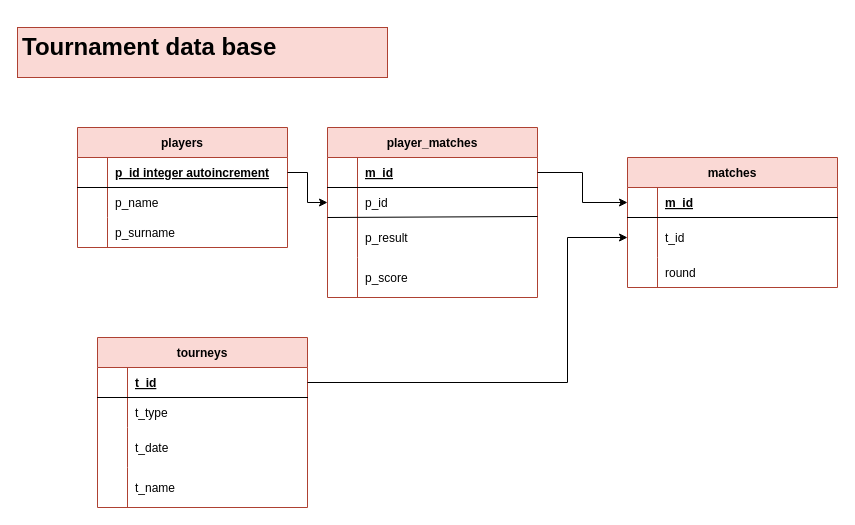
Before: tournament_app.drawio in Why-not-dx/tournament-app, a draw.io diagram. Source tidied: cells renumbered, new cells numbered last; positions are measured from the earlier drawing's top-left corner, leaving out a move shared by most shapes. Both pictures are drawn from the tidied source at 100%, with x=0, y=0 at pixel (17, 27).
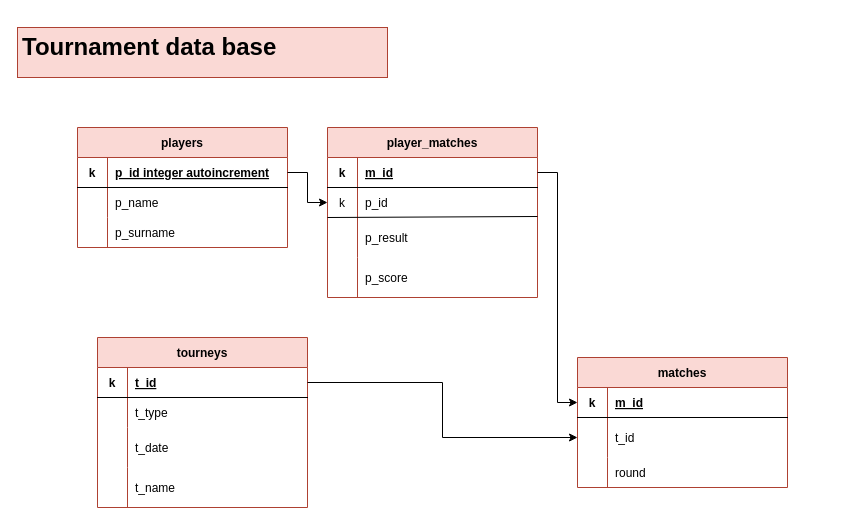
The same page after the edit.

Unchanged cells that the change refers to:
```xml
<mxCell id="5" style="shape=tableRow;horizontal=0;startSize=0;swimlaneHead=0;swimlaneBody=0;fillColor=none;points=[[0,0.5],[1,0.5]];portConstraint=eastwest;top=0;left=0;right=0;bottom=1;" parent="4" vertex="1">
  <mxGeometry y="30" width="210" height="30" as="geometry" />
</mxCell>
<mxCell id="15" style="shape=tableRow;horizontal=0;startSize=0;swimlaneHead=0;swimlaneBody=0;fillColor=none;points=[[0,0.5],[1,0.5]];portConstraint=eastwest;top=0;left=0;right=0;bottom=1;" parent="14" vertex="1">
  <mxGeometry y="30" width="210" height="30" as="geometry" />
</mxCell>
<mxCell id="18" style="shape=tableRow;horizontal=0;startSize=0;swimlaneHead=0;swimlaneBody=0;fillColor=none;points=[[0,0.5],[1,0.5]];portConstraint=eastwest;top=0;left=0;right=0;bottom=0;" parent="14" vertex="1">
  <mxGeometry y="60" width="210" height="40" as="geometry" />
</mxCell>
<mxCell id="26" style="shape=tableRow;horizontal=0;startSize=0;swimlaneHead=0;swimlaneBody=0;fillColor=none;points=[[0,0.5],[1,0.5]];portConstraint=eastwest;top=0;left=0;right=0;bottom=1;" parent="25" vertex="1">
  <mxGeometry y="30" width="210" height="30" as="geometry" />
</mxCell>
<mxCell id="29" style="shape=tableRow;horizontal=0;startSize=0;swimlaneHead=0;swimlaneBody=0;fillColor=none;points=[[0,0.5],[1,0.5]];portConstraint=eastwest;top=0;left=0;right=0;bottom=0;" parent="25" vertex="1">
  <mxGeometry y="60" width="210" height="30" as="geometry" />
</mxCell>
<mxCell id="40" style="shape=tableRow;horizontal=0;startSize=0;swimlaneHead=0;swimlaneBody=0;fillColor=none;points=[[0,0.5],[1,0.5]];portConstraint=eastwest;top=0;left=0;right=0;bottom=1;" parent="39" vertex="1">
  <mxGeometry y="30" width="210" height="30" as="geometry" />
</mxCell>
```

The edit, as a diff of the source:
```diff
@@
-    <mxCell id="6" style="shape=partialRectangle;fillColor=none;top=0;left=0;bottom=0;right=0;fontStyle=1;overflow=hidden;" parent="5" vertex="1">
+    <mxCell id="6" value="k" style="shape=partialRectangle;fillColor=none;top=0;left=0;bottom=0;right=0;fontStyle=1;overflow=hidden;" parent="5" vertex="1">
       <mxGeometry width="30" height="30" as="geometry" />
     </mxCell>
@@
     <mxCell id="14" value="matches" style="shape=table;startSize=30;childLayout=tableLayout;rowLines=0;fontStyle=1;align=center;fillColor=#fad9d5;strokeColor=#ae4132;swimlaneLine=1;" parent="1" vertex="1">
-      <mxGeometry x="610" y="130" width="210" height="130" as="geometry" />
+      <mxGeometry x="560" y="330" width="210" height="130" as="geometry" />
     </mxCell>
@@
-    <mxCell id="16" style="shape=partialRectangle;fillColor=none;top=0;left=0;bottom=0;right=0;fontStyle=1;overflow=hidden;" parent="15" vertex="1">
+    <mxCell id="16" value="k" style="shape=partialRectangle;fillColor=none;top=0;left=0;bottom=0;right=0;fontStyle=1;overflow=hidden;" parent="15" vertex="1">
       <mxGeometry width="30" height="30" as="geometry" />
     </mxCell>
@@
     <mxCell id="24" value="round" style="shape=partialRectangle;fillColor=none;top=0;left=0;bottom=0;right=0;align=left;spacingLeft=6;overflow=hidden;" parent="1" vertex="1">
-      <mxGeometry x="640" y="230" width="180" height="30" as="geometry" />
+      <mxGeometry x="590" y="430" width="180" height="30" as="geometry" />
     </mxCell>
@@
-    <mxCell id="27" style="shape=partialRectangle;fillColor=none;top=0;left=0;bottom=0;right=0;fontStyle=1;overflow=hidden;" parent="26" vertex="1">
+    <mxCell id="27" value="k" style="shape=partialRectangle;fillColor=none;top=0;left=0;bottom=0;right=0;fontStyle=1;overflow=hidden;" parent="26" vertex="1">
       <mxGeometry width="30" height="30" as="geometry" />
     </mxCell>
@@
-    <mxCell id="30" style="shape=partialRectangle;fillColor=none;top=0;left=0;bottom=0;right=0;overflow=hidden;" parent="29" vertex="1">
+    <mxCell id="30" value="k" style="shape=partialRectangle;fillColor=none;top=0;left=0;bottom=0;right=0;overflow=hidden;" parent="29" vertex="1">
       <mxGeometry width="30" height="30" as="geometry" />
     </mxCell>
@@
-    <mxCell id="41" style="shape=partialRectangle;fillColor=none;top=0;left=0;bottom=0;right=0;fontStyle=1;overflow=hidden;" parent="40" vertex="1">
+    <mxCell id="41" value="k" style="shape=partialRectangle;fillColor=none;top=0;left=0;bottom=0;right=0;fontStyle=1;overflow=hidden;" parent="40" vertex="1">
       <mxGeometry width="30" height="30" as="geometry" />
     </mxCell>
@@
+    <mxCell id="54" style="edgeStyle=orthogonalEdgeStyle;rounded=0;jettySize=auto;html=1;exitX=1;exitY=0.5;exitDx=0;exitDy=0;entryX=0;entryY=0.5;entryDx=0;entryDy=0;" parent="1" edge="1" source="26" target="15">
+      <mxGeometry relative="1" as="geometry" />
+    </mxCell>
     <mxCell id="53" style="edgeStyle=orthogonalEdgeStyle;rounded=0;jettySize=auto;html=1;exitX=1;exitY=0.5;exitDx=0;exitDy=0;entryX=0;entryY=0.5;entryDx=0;entryDy=0;" parent="1" edge="1" source="40" target="18">
-      <mxGeometry relative="1" as="geometry">
-        <Array as="points">
-          <mxPoint x="550" y="355" />
-          <mxPoint x="550" y="210" />
-        </Array>
-      </mxGeometry>
+      <mxGeometry relative="1" as="geometry" />
     </mxCell>
-    <mxCell id="54" style="edgeStyle=orthogonalEdgeStyle;rounded=0;jettySize=auto;html=1;exitX=1;exitY=0.5;exitDx=0;exitDy=0;entryX=0;entryY=0.5;entryDx=0;entryDy=0;" parent="1" edge="1" source="26" target="15">
-      <mxGeometry relative="1" as="geometry" />
-    </mxCell>
```
